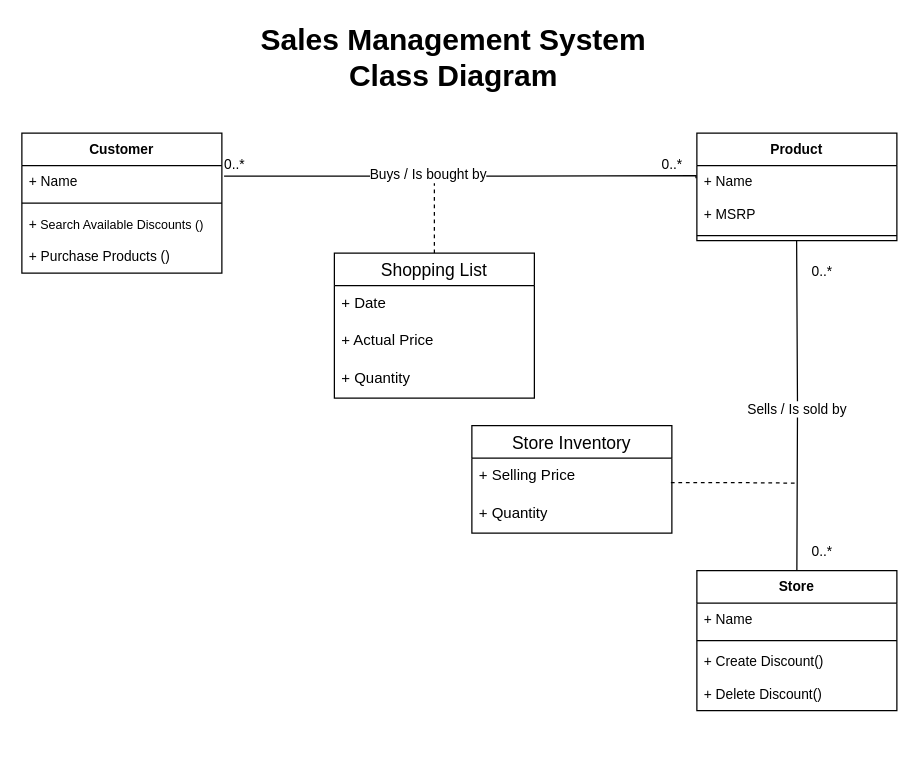
This is page "Page-1" (1 of 2) of SMS Class Diagram.drawio from HLiew97/CIS-3060, a draw.io file, before an edit. Source tidied: cells renumbered, new cells numbered last; positions are measured from the earlier drawing's top-left corner, leaving out a move shared by most shapes. Both pictures are drawn from the tidied source at 125%, with x=0, y=0 at pixel (21, 32).
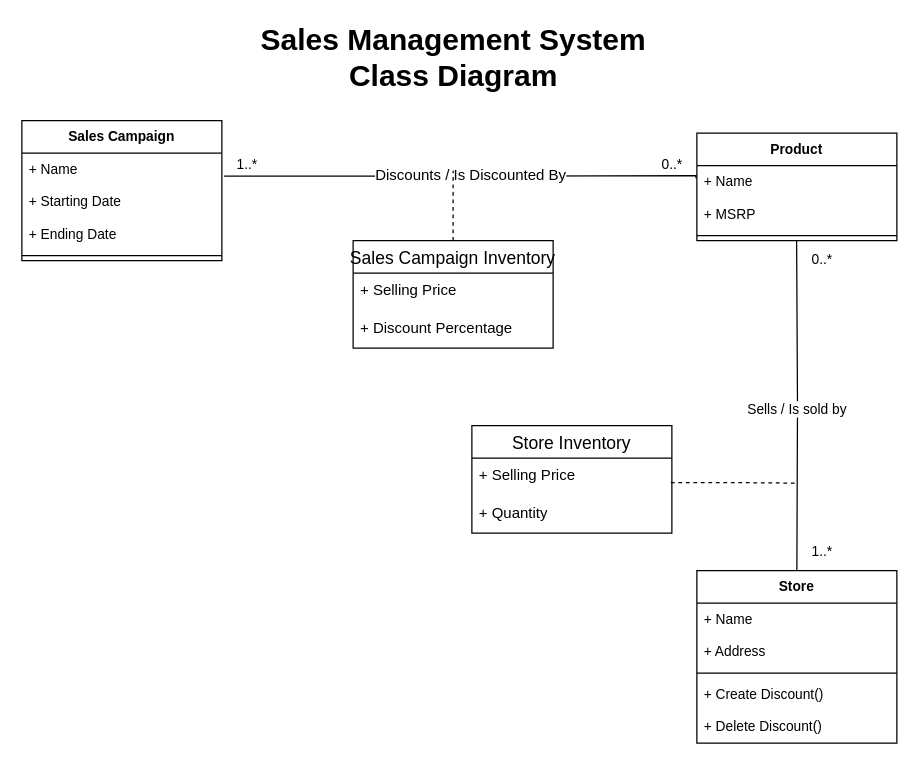
The same page after the edit.

The change refers to these unchanged cells:
```xml
<mxCell id="16" value="0..*" style="text;html=1;align=center;verticalAlign=middle;points=[];strokeColor=none;fillColor=none;fontFamily=Helvetica;fontSize=11;fontColor=default;labelBackgroundColor=default;" parent="1" vertex="1">
  <mxGeometry x="500" y="90" width="40" height="30" as="geometry" />
</mxCell>
```

The edit, as a diff of the source:
```diff
@@
-    <mxCell id="4" style="edgeStyle=orthogonalEdgeStyle;shape=connector;rounded=0;jettySize=auto;html=1;strokeColor=default;align=center;verticalAlign=middle;fontFamily=Helvetica;fontSize=11;fontColor=default;labelBackgroundColor=default;endArrow=none;endFill=0;dashed=1;" parent="1" edge="1" source="5">
-      <mxGeometry relative="1" as="geometry">
-        <mxPoint x="330" y="120" as="targetPoint" />
-      </mxGeometry>
-    </mxCell>
-    <mxCell id="5" value="Shopping List" style="swimlane;fontStyle=0;horizontal=1;startSize=26;align=center;fontSize=14;" parent="1" vertex="1">
-      <mxGeometry x="250" y="176" width="160" height="116" as="geometry" />
-    </mxCell>
-    <mxCell id="6" value="+ Date" style="text;strokeColor=none;fillColor=none;spacingLeft=4;spacingRight=4;overflow=hidden;fontSize=12;whiteSpace=wrap;html=1;fontStyle=0;" parent="5" vertex="1">
-      <mxGeometry y="26" width="160" height="30" as="geometry" />
-    </mxCell>
-    <mxCell id="7" value="+ Actual Price" style="text;strokeColor=none;fillColor=none;spacingLeft=4;spacingRight=4;overflow=hidden;fontSize=12;whiteSpace=wrap;html=1;fontStyle=0;" parent="5" vertex="1">
-      <mxGeometry y="56" width="160" height="30" as="geometry" />
-    </mxCell>
-    <mxCell id="8" value="+ Quantity" style="text;strokeColor=none;fillColor=none;spacingLeft=4;spacingRight=4;overflow=hidden;fontSize=12;whiteSpace=wrap;html=1;fontStyle=0;" parent="5" vertex="1">
-      <mxGeometry y="86" width="160" height="30" as="geometry" />
-    </mxCell>
@@
-    <mxCell id="14" style="edgeStyle=orthogonalEdgeStyle;rounded=0;jettySize=auto;html=1;endArrow=none;endFill=0;exitX=1.011;exitY=0.324;exitDx=0;exitDy=0;exitPerimeter=0;entryX=0.982;entryY=0.871;entryDx=0;entryDy=0;entryPerimeter=0;" parent="1" edge="1" source="21" target="16">
+    <mxCell id="14" style="edgeStyle=orthogonalEdgeStyle;rounded=0;jettySize=auto;html=1;endArrow=none;endFill=0;exitX=1.011;exitY=0.324;exitDx=0;exitDy=0;exitPerimeter=0;entryX=0.982;entryY=0.871;entryDx=0;entryDy=0;entryPerimeter=0;" parent="1" edge="1" target="16">
       <mxGeometry relative="1" as="geometry">
+        <mxPoint x="161.8" y="114.4" as="sourcePoint" />
         <Array as="points">
           <mxPoint x="349" y="114" />
           <mxPoint x="539" y="114" />
         </Array>
       </mxGeometry>
     </mxCell>
-    <mxCell id="15" value="Buys / Is bought by" style="edgeLabel;html=1;align=center;verticalAlign=middle;fontFamily=Helvetica;fontSize=11;fontColor=default;labelBackgroundColor=default;" parent="14" vertex="1">
-      <mxGeometry x="-0.14" y="2" relative="1" as="geometry" />
-    </mxCell>
+    <mxCell id="34" value="Discounts / Is Discounted By" style="edgeLabel;html=1;align=center;verticalAlign=middle;fontSize=12;" parent="14" vertex="1">
+      <mxGeometry x="0.04" y="1" relative="1" as="geometry" />
+    </mxCell>
@@
     <mxCell id="17" value="0..*" style="text;html=1;align=center;verticalAlign=middle;strokeColor=none;fillColor=none;fontFamily=Helvetica;fontSize=11;fontColor=default;labelBackgroundColor=default;" parent="1" vertex="1">
-      <mxGeometry x="620" y="176" width="40" height="30" as="geometry" />
+      <mxGeometry x="620" y="166" width="40" height="30" as="geometry" />
     </mxCell>
-    <mxCell id="18" value="0..*" style="text;html=1;align=center;verticalAlign=middle;strokeColor=none;fillColor=none;fontFamily=Helvetica;fontSize=11;fontColor=default;labelBackgroundColor=default;" parent="1" vertex="1">
+    <mxCell id="18" value="1..*" style="text;html=1;align=center;verticalAlign=middle;strokeColor=none;fillColor=none;fontFamily=Helvetica;fontSize=11;fontColor=default;labelBackgroundColor=default;" parent="1" vertex="1">
       <mxGeometry x="620" y="400" width="40" height="30" as="geometry" />
     </mxCell>
-    <mxCell id="19" value="0..*" style="text;html=1;align=center;verticalAlign=middle;strokeColor=none;fillColor=none;fontFamily=Helvetica;fontSize=11;fontColor=default;labelBackgroundColor=default;" parent="1" vertex="1">
-      <mxGeometry x="150" y="90" width="40" height="30" as="geometry" />
-    </mxCell>
-    <mxCell id="20" value="Customer" style="swimlane;fontStyle=1;align=center;verticalAlign=top;horizontal=1;startSize=26;whiteSpace=wrap;html=1;fontFamily=Helvetica;fontSize=11;fontColor=default;labelBackgroundColor=default;" parent="1" vertex="1">
-      <mxGeometry y="80" width="160" height="112" as="geometry" />
-    </mxCell>
-    <mxCell id="21" value="+ Name" style="text;strokeColor=none;fillColor=none;align=left;verticalAlign=top;spacingLeft=4;spacingRight=4;overflow=hidden;points=[[0,0.5],[1,0.5]];portConstraint=eastwest;whiteSpace=wrap;html=1;fontFamily=Helvetica;fontSize=11;fontColor=default;labelBackgroundColor=default;" parent="20" vertex="1">
-      <mxGeometry y="26" width="160" height="26" as="geometry" />
-    </mxCell>
-    <mxCell id="22" style="line;strokeWidth=1;fillColor=none;align=left;verticalAlign=middle;spacingTop=-1;spacingLeft=3;spacingRight=3;labelPosition=right;strokeColor=inherit;fontFamily=Helvetica;fontSize=11;fontColor=default;labelBackgroundColor=default;" parent="20" vertex="1">
-      <mxGeometry y="52" width="160" height="8" as="geometry" />
-    </mxCell>
-    <mxCell id="23" value="+&lt;font style=&quot;font-size: 10px;&quot;&gt; Search Available Discounts ()&lt;/font&gt;" style="text;strokeColor=none;fillColor=none;align=left;verticalAlign=top;spacingLeft=4;spacingRight=4;overflow=hidden;whiteSpace=wrap;html=1;fontFamily=Helvetica;fontSize=11;fontColor=default;labelBackgroundColor=default;" parent="20" vertex="1">
-      <mxGeometry y="60" width="160" height="26" as="geometry" />
-    </mxCell>
-    <mxCell id="24" value="+ Purchase Products ()" style="text;strokeColor=none;fillColor=none;align=left;verticalAlign=top;spacingLeft=4;spacingRight=4;overflow=hidden;whiteSpace=wrap;html=1;fontFamily=Helvetica;fontSize=11;fontColor=default;labelBackgroundColor=default;" parent="20" vertex="1">
-      <mxGeometry y="86" width="160" height="26" as="geometry" />
-    </mxCell>
@@
+    <mxCell id="35" value="Sales Campaign" style="swimlane;fontStyle=1;align=center;verticalAlign=top;horizontal=1;startSize=26;whiteSpace=wrap;html=1;fontFamily=Helvetica;fontSize=11;fontColor=default;labelBackgroundColor=default;" parent="1" vertex="1">
+      <mxGeometry y="70" width="160" height="112" as="geometry" />
+    </mxCell>
+    <mxCell id="21" value="+ Name" style="text;strokeColor=none;fillColor=none;align=left;verticalAlign=top;spacingLeft=4;spacingRight=4;overflow=hidden;points=[[0,0.5],[1,0.5]];portConstraint=eastwest;whiteSpace=wrap;html=1;fontFamily=Helvetica;fontSize=11;fontColor=default;labelBackgroundColor=default;" parent="35" vertex="1">
+      <mxGeometry y="26" width="160" height="26" as="geometry" />
+    </mxCell>
+    <mxCell id="36" value="+ Starting Date" style="text;strokeColor=none;fillColor=none;align=left;verticalAlign=top;spacingLeft=4;spacingRight=4;overflow=hidden;whiteSpace=wrap;html=1;fontFamily=Helvetica;fontSize=11;fontColor=default;labelBackgroundColor=default;" parent="35" vertex="1">
+      <mxGeometry y="52" width="160" height="26" as="geometry" />
+    </mxCell>
+    <mxCell id="37" value="+ Ending Date" style="text;strokeColor=none;fillColor=none;align=left;verticalAlign=top;spacingLeft=4;spacingRight=4;overflow=hidden;whiteSpace=wrap;html=1;fontFamily=Helvetica;fontSize=11;fontColor=default;labelBackgroundColor=default;" parent="35" vertex="1">
+      <mxGeometry y="78" width="160" height="26" as="geometry" />
+    </mxCell>
+    <mxCell id="38" style="line;strokeWidth=1;fillColor=none;align=left;verticalAlign=middle;spacingTop=-1;spacingLeft=3;spacingRight=3;labelPosition=right;strokeColor=inherit;fontFamily=Helvetica;fontSize=11;fontColor=default;labelBackgroundColor=default;" parent="35" vertex="1">
+      <mxGeometry y="104" width="160" height="8" as="geometry" />
+    </mxCell>
     <mxCell id="29" value="Store" style="swimlane;fontStyle=1;align=center;verticalAlign=top;horizontal=1;startSize=26;whiteSpace=wrap;html=1;fontFamily=Helvetica;fontSize=11;fontColor=default;labelBackgroundColor=default;" parent="1" vertex="1">
-      <mxGeometry x="540" y="430" width="160" height="112" as="geometry" />
+      <mxGeometry x="540" y="430" width="160" height="138" as="geometry" />
     </mxCell>
@@
+    <mxCell id="39" value="+ Address" style="text;strokeColor=none;fillColor=none;align=left;verticalAlign=top;spacingLeft=4;spacingRight=4;overflow=hidden;whiteSpace=wrap;html=1;fontFamily=Helvetica;fontSize=11;fontColor=default;labelBackgroundColor=default;" parent="29" vertex="1">
+      <mxGeometry y="52" width="160" height="26" as="geometry" />
+    </mxCell>
     <mxCell id="31" style="line;strokeWidth=1;fillColor=none;align=left;verticalAlign=middle;spacingTop=-1;spacingLeft=3;spacingRight=3;labelPosition=right;strokeColor=inherit;fontFamily=Helvetica;fontSize=11;fontColor=default;labelBackgroundColor=default;" parent="29" vertex="1">
-      <mxGeometry y="52" width="160" height="8" as="geometry" />
+      <mxGeometry y="78" width="160" height="8" as="geometry" />
     </mxCell>
     <mxCell id="32" value="+ Create Discount()" style="text;strokeColor=none;fillColor=none;align=left;verticalAlign=top;spacingLeft=4;spacingRight=4;overflow=hidden;whiteSpace=wrap;html=1;fontFamily=Helvetica;fontSize=11;fontColor=default;labelBackgroundColor=default;" parent="29" vertex="1">
-      <mxGeometry y="60" width="160" height="26" as="geometry" />
+      <mxGeometry y="86" width="160" height="26" as="geometry" />
     </mxCell>
     <mxCell id="33" value="+ Delete Discount()" style="text;strokeColor=none;fillColor=none;align=left;verticalAlign=top;spacingLeft=4;spacingRight=4;overflow=hidden;whiteSpace=wrap;html=1;fontFamily=Helvetica;fontSize=11;fontColor=default;labelBackgroundColor=default;" parent="29" vertex="1">
-      <mxGeometry y="86" width="160" height="26" as="geometry" />
+      <mxGeometry y="112" width="160" height="26" as="geometry" />
     </mxCell>
+    <mxCell id="40" value="Sales Campaign Inventory" style="swimlane;fontStyle=0;horizontal=1;startSize=26;align=center;fontSize=14;" parent="1" vertex="1">
+      <mxGeometry x="265" y="166" width="160" height="86" as="geometry" />
+    </mxCell>
+    <mxCell id="41" value="+ Selling Price" style="text;strokeColor=none;fillColor=none;spacingLeft=4;spacingRight=4;overflow=hidden;fontSize=12;whiteSpace=wrap;html=1;" parent="40" vertex="1">
+      <mxGeometry y="26" width="160" height="30" as="geometry" />
+    </mxCell>
+    <mxCell id="42" value="+ Discount Percentage" style="text;strokeColor=none;fillColor=none;spacingLeft=4;spacingRight=4;overflow=hidden;fontSize=12;whiteSpace=wrap;html=1;" parent="40" vertex="1">
+      <mxGeometry y="56" width="160" height="30" as="geometry" />
+    </mxCell>
+    <mxCell id="43" style="edgeStyle=orthogonalEdgeStyle;shape=connector;rounded=0;jettySize=auto;html=1;strokeColor=default;align=center;verticalAlign=middle;fontFamily=Helvetica;fontSize=11;fontColor=default;labelBackgroundColor=default;endArrow=none;endFill=0;exitX=0.5;exitY=0;exitDx=0;exitDy=0;dashed=1;" parent="1" edge="1" source="40">
+      <mxGeometry relative="1" as="geometry">
+        <mxPoint x="345" y="110" as="targetPoint" />
+        <Array as="points">
+          <mxPoint x="345" y="140" />
+          <mxPoint x="345" y="140" />
+        </Array>
+      </mxGeometry>
+    </mxCell>
+    <mxCell id="44" value="1..*" style="text;html=1;align=center;verticalAlign=middle;strokeColor=none;fillColor=none;fontFamily=Helvetica;fontSize=11;fontColor=default;labelBackgroundColor=default;" parent="1" vertex="1">
+      <mxGeometry x="160" y="90" width="40" height="30" as="geometry" />
+    </mxCell>
```
